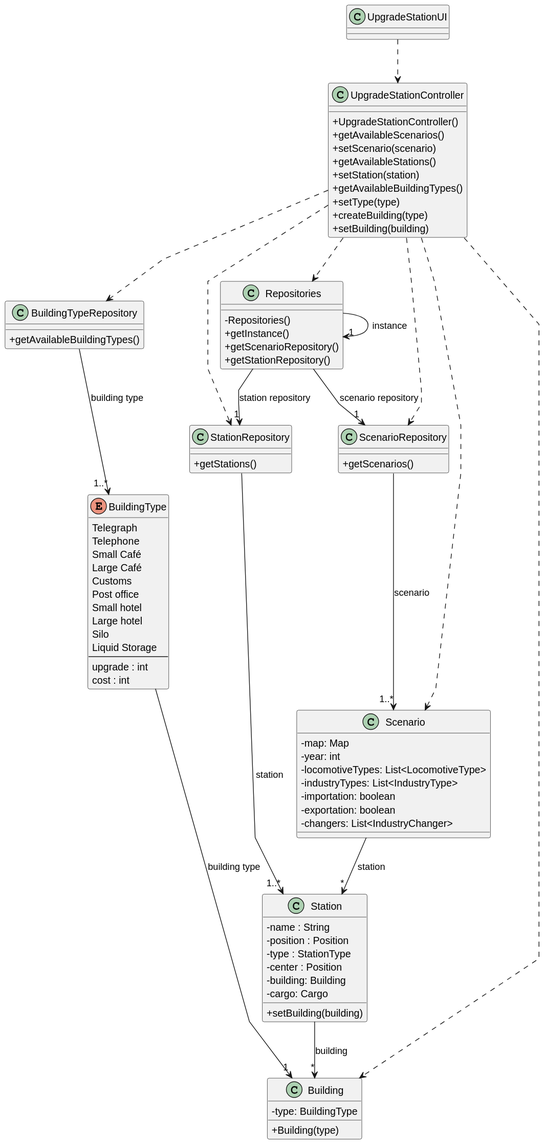
Before: docsFinais/US006/03.design/svg/US006-CD.svg, a diagram exported from PlantUML (1240935/pi2-railway-simulator).
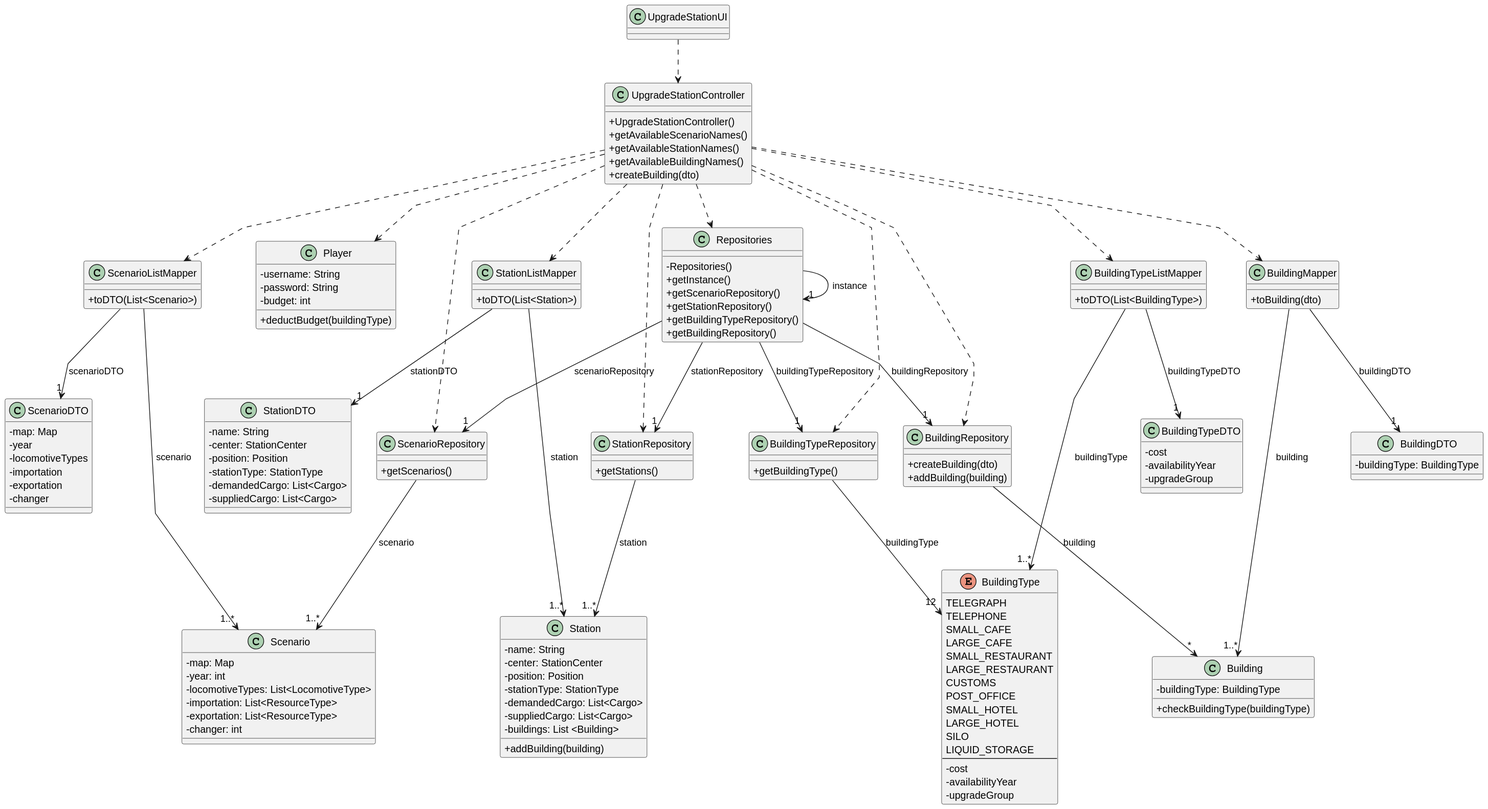
Above is the later version.

The edit, as a diff of the source:
```diff
@@ -6,96 +6,168 @@
 skinparam classAttributeIconSize 0
 
 
-class UpgradeStationUI {
+class UpgradeStationUI
+
+class UpgradeStationController {
+  + UpgradeStationController()
+  + getAvailableScenarioNames()
+  + getAvailableStationNames()
+  + getAvailableBuildingNames()
+  + createBuilding(dto)
 }
 
-class UpgradeStationController {
-    + UpgradeStationController()
-    + getAvailableScenarios()
-    + setScenario(scenario)
-    + getAvailableStations()
-    + setStation(station)
-    + getAvailableBuildingTypes()
-    + setType(type)
-    + createBuilding(type)
-    + setBuilding(building)
+class Player {
+    - username: String
+    - password: String
+    - budget: int
+  + deductBudget(buildingType)
+}
+
+class Scenario{
+    - map: Map
+    - year: int
+    - locomotiveTypes: List<LocomotiveType>
+    - importation: List<ResourceType>
+    - exportation: List<ResourceType>
+    - changer: int
+}
+
+class Station {
+    -name: String
+    -center: StationCenter
+    -position: Position
+    -stationType: StationType
+    -demandedCargo: List<Cargo>
+    -suppliedCargo: List<Cargo>
+    -buildings: List <Building>
+    +addBuilding(building)
+}
+
+class Building {
+  - buildingType: BuildingType
+  + checkBuildingType(buildingType)
+}
+
+enum BuildingType {
+  TELEGRAPH
+  TELEPHONE
+  SMALL_CAFE
+  LARGE_CAFE
+  SMALL_RESTAURANT
+  LARGE_RESTAURANT
+  CUSTOMS
+  POST_OFFICE
+  SMALL_HOTEL
+  LARGE_HOTEL
+  SILO
+  LIQUID_STORAGE
+  --
+  -cost
+  -availabilityYear
+  -upgradeGroup
+}
+
+class ScenarioDTO {
+  - map: Map
+  - year
+  - locomotiveTypes
+  - importation
+  - exportation
+  - changer
+}
+
+class StationDTO {
+      -name: String
+      -center: StationCenter
+      -position: Position
+      -stationType: StationType
+      -demandedCargo: List<Cargo>
+      -suppliedCargo: List<Cargo>
+}
+
+class BuildingTypeDTO {
+  - cost
+  - availabilityYear
+  - upgradeGroup
+}
+
+class BuildingDTO {
+    -buildingType: BuildingType
+}
+
+class Repositories {
+  - Repositories()
+  + getInstance()
+  + getScenarioRepository()
+  + getStationRepository()
+  + getBuildingTypeRepository()
+  + getBuildingRepository()
 }
 
 class ScenarioRepository {
-    + getScenarios()
+  + getScenarios()
 }
 
 class StationRepository {
-    + getStations()
+  + getStations()
+ }
+
+class BuildingTypeRepository {
+  + getBuildingType()
 }
 
-class Repositories {
-    - Repositories()
-    + getInstance()
-    + getScenarioRepository()
-    + getStationRepository()
+class BuildingRepository {
+  + createBuilding(dto)
+  + addBuilding(building)
 }
 
-class BuildingTypeRepository{
-    +getAvailableBuildingTypes()
+class ScenarioListMapper {
+  + toDTO(List<Scenario>)
 }
 
-enum BuildingType {
-    Telegraph
-    Telephone
-    Small Café
-    Large Café
-    Customs
-    Post office
-    Small hotel
-    Large hotel
-    Silo
-    Liquid Storage
-    --
-    upgrade : int
-    cost : int
+class StationListMapper {
+  + toDTO(List<Station>)
 }
 
-class Building {
-    -type: BuildingType
-    + Building(type)
+class BuildingTypeListMapper {
+  + toDTO(List<BuildingType>)
 }
 
-class Station{
-    -name : String
-    -position : Position
-    -type : StationType
-    -center : Position
-    -building: Building
-    -cargo: Cargo
-    +setBuilding(building)
+class BuildingMapper {
+  + toBuilding(dto)
 }
 
-class Scenario {
-    -map: Map
-    -year: int
-    -locomotiveTypes: List<LocomotiveType>
-    -industryTypes: List<IndustryType>
-    -importation: boolean
-    -exportation: boolean
-    -changers: List<IndustryChanger>
-}
+UpgradeStationUI ..> UpgradeStationController
+
+UpgradeStationController ..> Repositories
+UpgradeStationController ..> ScenarioListMapper
+UpgradeStationController ..> StationListMapper
+UpgradeStationController ..> BuildingTypeListMapper
+UpgradeStationController ..> BuildingMapper
+UpgradeStationController ..> Player
+UpgradeStationController ..> StationRepository
+UpgradeStationController ..> ScenarioRepository
+UpgradeStationController ..> BuildingTypeRepository
+UpgradeStationController ..> BuildingRepository
+
+Repositories -> "1" Repositories : instance
+Repositories --> "1" ScenarioRepository: scenarioRepository
+Repositories --> "1" StationRepository: stationRepository
+Repositories --> "1" BuildingTypeRepository: buildingTypeRepository
+Repositories --> "1" BuildingRepository: buildingRepository
+
+StationRepository --> "1..*" Station: station
+ScenarioRepository --> "1..*" Scenario: scenario
+BuildingTypeRepository --> "12" BuildingType: buildingType
+BuildingRepository --> "*" Building: building
 
 
-UpgradeStationUI ..> UpgradeStationController
-UpgradeStationController ..> Repositories
-UpgradeStationController ..> ScenarioRepository
-UpgradeStationController ..> StationRepository
-UpgradeStationController ..> Building
-UpgradeStationController ..> Scenario
-UpgradeStationController ..> BuildingTypeRepository
-ScenarioRepository --> "1..*" Scenario  : scenario
-StationRepository --> "1..*" Station  : station
-BuildingTypeRepository --> "1..*" BuildingType : building type
-Scenario --> "*" Station : station
-Station --> "*" Building : building
-Repositories --> "1" ScenarioRepository : scenario repository
-Repositories --> "1" Repositories : instance
-Repositories --> "1" StationRepository : station repository
-BuildingType --> "1" Building : building type
+ScenarioListMapper --> "1" ScenarioDTO: scenarioDTO
+ScenarioListMapper --> "1..*" Scenario: scenario
+StationListMapper --> "1" StationDTO: stationDTO
+StationListMapper --> "1..*" Station: station
+BuildingTypeListMapper --> "1" BuildingTypeDTO: buildingTypeDTO
+BuildingTypeListMapper --> "1..*" BuildingType: buildingType
+BuildingMapper --> "1..*" Building: building
+BuildingMapper --> "1" BuildingDTO: buildingDTO
 @enduml
```
